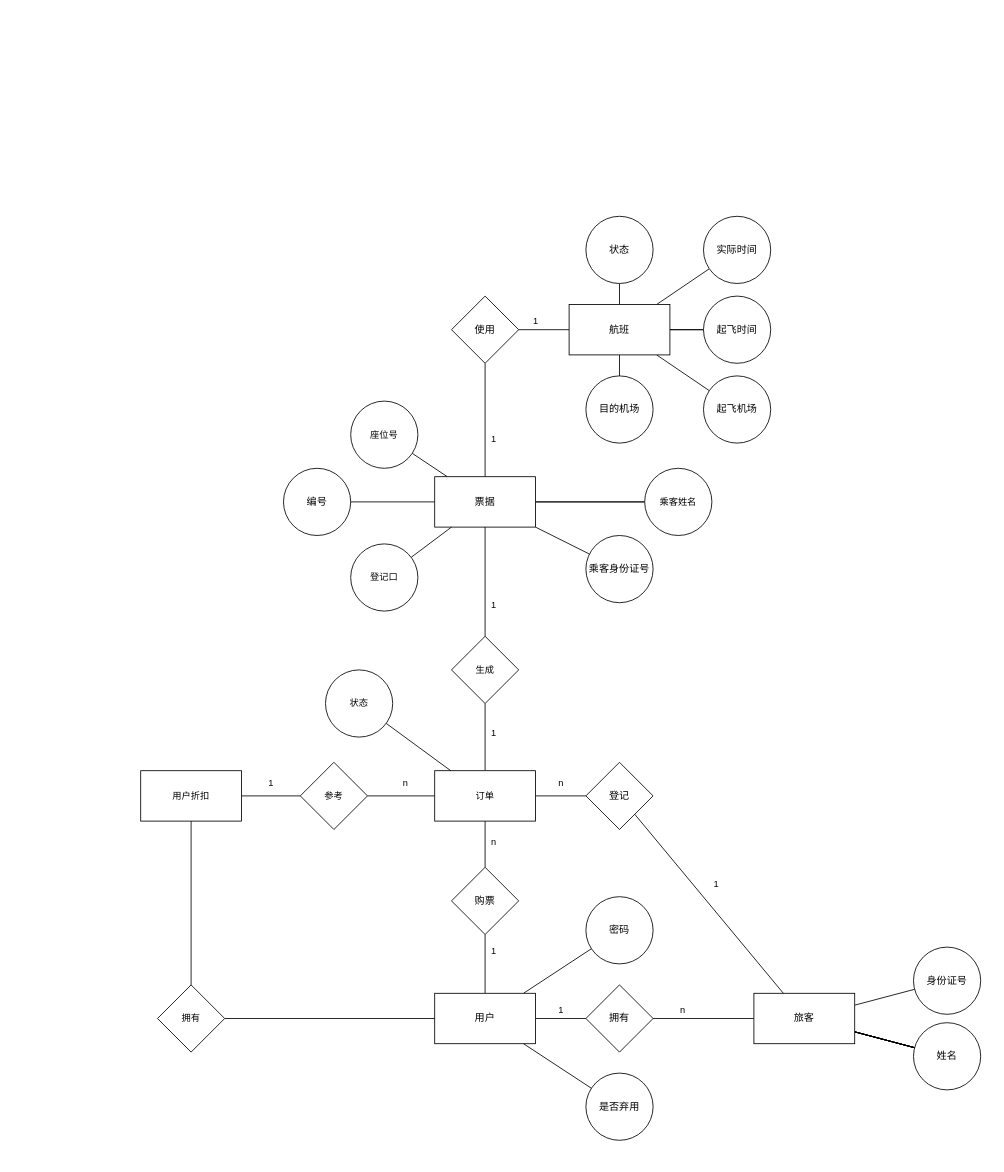
Before: 未命名绘图.drawio in tro-lee/miniCool, a draw.io diagram. Source tidied: cells renumbered, new cells numbered last; positions are measured from the earlier drawing's top-left corner, leaving out a move shared by most shapes. Both pictures are drawn from the tidied source at 84%, with x=0, y=0 at pixel (140, 216).
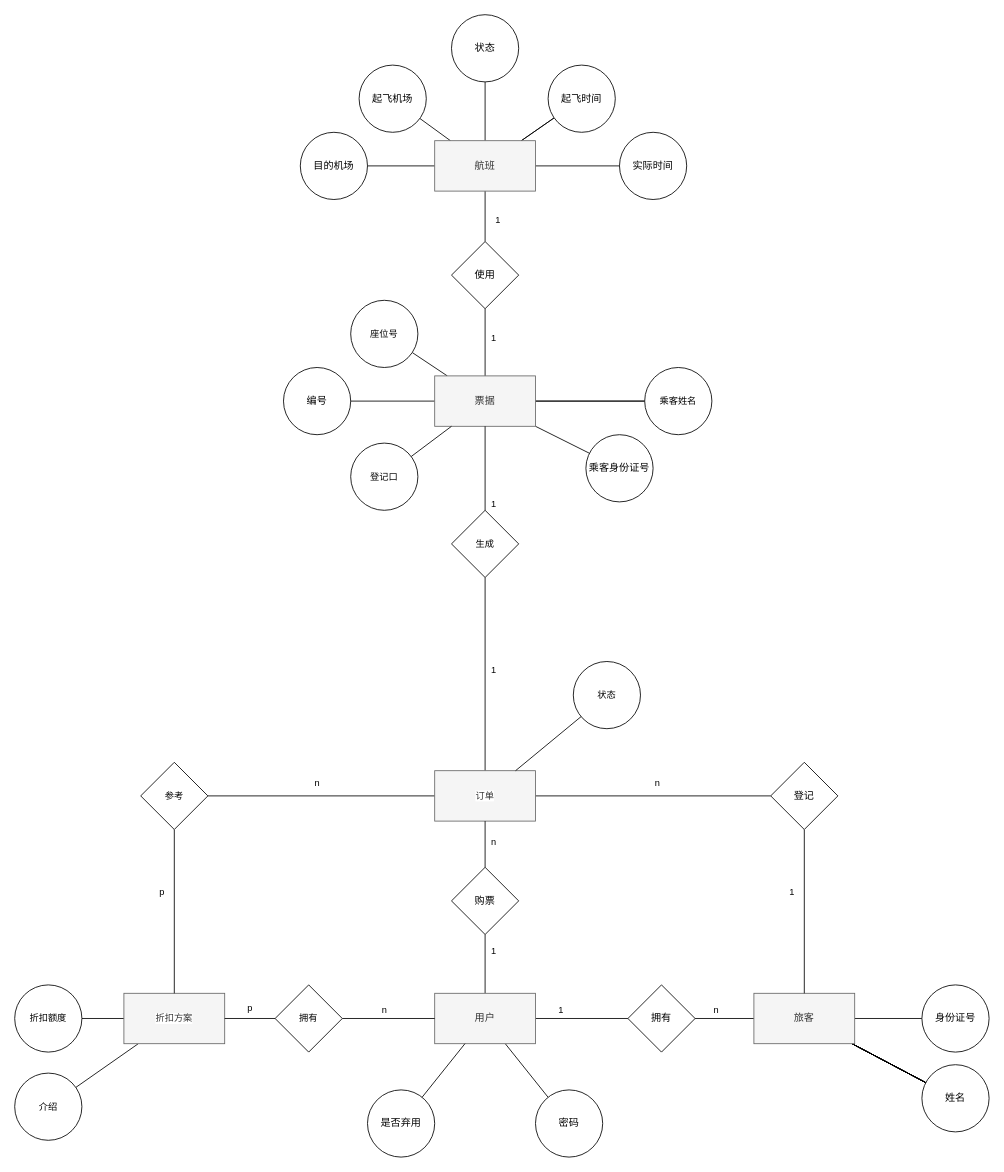
Above is the later version.

Commit message (it also covers changes not shown here):
更新未命名绘图.drawio

Change to the diagram source:
```diff
@@
-    <mxCell id="5" value="用户" style="whiteSpace=wrap;html=1;" parent="1" vertex="1">
+    <mxCell id="5" value="用户" style="whiteSpace=wrap;html=1;fillColor=#f5f5f5;fontColor=#333333;strokeColor=#666666;" parent="1" vertex="1">
       <mxGeometry x="350" y="925" width="120" height="60" as="geometry" />
     </mxCell>
     <mxCell id="6" value="密码" style="ellipse;whiteSpace=wrap;html=1;" parent="1" vertex="1">
-      <mxGeometry x="530" y="810" width="80" height="80" as="geometry" />
+      <mxGeometry x="470" y="1040" width="80" height="80" as="geometry" />
     </mxCell>
     <mxCell id="7" value="是否弃用" style="ellipse;whiteSpace=wrap;html=1;" parent="1" vertex="1">
-      <mxGeometry x="530" y="1020" width="80" height="80" as="geometry" />
+      <mxGeometry x="270" y="1040" width="80" height="80" as="geometry" />
     </mxCell>
@@
     <mxCell id="10" value="&lt;div&gt;拥有&lt;/div&gt;" style="rhombus;whiteSpace=wrap;html=1;" parent="1" vertex="1">
-      <mxGeometry x="530" y="915" width="80" height="80" as="geometry" />
+      <mxGeometry x="580" y="915" width="80" height="80" as="geometry" />
     </mxCell>
@@
-    <mxCell id="19" value="旅客" style="whiteSpace=wrap;html=1;" parent="1" vertex="1">
+    <mxCell id="19" value="旅客" style="whiteSpace=wrap;html=1;fillColor=#f5f5f5;fontColor=#333333;strokeColor=#666666;" parent="1" vertex="1">
       <mxGeometry x="730" y="925" width="120" height="60" as="geometry" />
     </mxCell>
@@
     <mxCell id="21" value="&lt;div&gt;n&lt;/div&gt;" style="text;html=1;align=center;verticalAlign=middle;strokeColor=none;fillColor=none;fontFamily=Helvetica;fontSize=11;fontColor=default;labelBackgroundColor=default;" parent="1" vertex="1">
-      <mxGeometry x="630" y="930" width="30" height="30" as="geometry" />
+      <mxGeometry x="670" y="930" width="30" height="30" as="geometry" />
     </mxCell>
     <mxCell id="22" value="身份证号" style="ellipse;whiteSpace=wrap;html=1;" parent="1" vertex="1">
-      <mxGeometry x="920" y="870" width="80" height="80" as="geometry" />
+      <mxGeometry x="930" y="915" width="80" height="80" as="geometry" />
     </mxCell>
     <mxCell id="23" value="姓名" style="ellipse;whiteSpace=wrap;html=1;" parent="1" vertex="1">
-      <mxGeometry x="920" y="960" width="80" height="80" as="geometry" />
+      <mxGeometry x="930" y="1010" width="80" height="80" as="geometry" />
     </mxCell>
@@
-    <mxCell id="31" value="票据" style="whiteSpace=wrap;html=1;" parent="1" vertex="1">
-      <mxGeometry x="350" y="310" width="120" height="60" as="geometry" />
+    <mxCell id="31" value="票据" style="whiteSpace=wrap;html=1;fillColor=#f5f5f5;fontColor=#333333;strokeColor=#666666;" parent="1" vertex="1">
+      <mxGeometry x="350" y="190" width="120" height="60" as="geometry" />
     </mxCell>
@@
     <mxCell id="33" value="使用" style="rhombus;whiteSpace=wrap;html=1;" parent="1" vertex="1">
-      <mxGeometry x="370" y="95" width="80" height="80" as="geometry" />
+      <mxGeometry x="370" y="30" width="80" height="80" as="geometry" />
     </mxCell>
@@
-    <mxCell id="40" value="航班" style="whiteSpace=wrap;html=1;" parent="1" vertex="1">
-      <mxGeometry x="510" y="105" width="120" height="60" as="geometry" />
+    <mxCell id="40" value="航班" style="whiteSpace=wrap;html=1;fillColor=#f5f5f5;fontColor=#333333;strokeColor=#666666;gradientColor=none;" parent="1" vertex="1">
+      <mxGeometry x="350" y="-90" width="120" height="60" as="geometry" />
     </mxCell>
     <mxCell id="41" value="起飞时间" style="ellipse;whiteSpace=wrap;html=1;" parent="1" vertex="1">
-      <mxGeometry x="670" y="95" width="80" height="80" as="geometry" />
+      <mxGeometry x="485" y="-180" width="80" height="80" as="geometry" />
     </mxCell>
     <mxCell id="42" value="起飞机场" style="ellipse;whiteSpace=wrap;html=1;" parent="1" vertex="1">
-      <mxGeometry x="670" y="190" width="80" height="80" as="geometry" />
+      <mxGeometry x="260" y="-180" width="80" height="80" as="geometry" />
     </mxCell>
     <mxCell id="43" value="目的机场" style="ellipse;whiteSpace=wrap;html=1;" parent="1" vertex="1">
-      <mxGeometry x="530" y="190" width="80" height="80" as="geometry" />
+      <mxGeometry x="190" y="-100" width="80" height="80" as="geometry" />
     </mxCell>
     <mxCell id="44" value="实际时间" style="ellipse;whiteSpace=wrap;html=1;" parent="1" vertex="1">
-      <mxGeometry x="670" width="80" height="80" as="geometry" />
+      <mxGeometry x="570" y="-100" width="80" height="80" as="geometry" />
     </mxCell>
     <mxCell id="45" value="1" style="text;html=1;align=center;verticalAlign=middle;strokeColor=none;fillColor=none;fontFamily=Helvetica;fontSize=11;fontColor=default;labelBackgroundColor=default;" parent="1" vertex="1">
-      <mxGeometry x="405" y="250" width="30" height="30" as="geometry" />
+      <mxGeometry x="405" y="130" width="30" height="30" as="geometry" />
     </mxCell>
     <mxCell id="46" value="1" style="text;html=1;align=center;verticalAlign=middle;strokeColor=none;fillColor=none;fontFamily=Helvetica;fontSize=11;fontColor=default;labelBackgroundColor=default;" parent="1" vertex="1">
-      <mxGeometry x="455" y="110" width="30" height="30" as="geometry" />
+      <mxGeometry x="410" y="-10" width="30" height="30" as="geometry" />
     </mxCell>
     <mxCell id="47" value="状态" style="ellipse;whiteSpace=wrap;html=1;" parent="1" vertex="1">
-      <mxGeometry x="530" width="80" height="80" as="geometry" />
+      <mxGeometry x="370" y="-240" width="80" height="80" as="geometry" />
     </mxCell>
+    <mxCell id="79" style="edgeStyle=none;rounded=0;jettySize=auto;html=1;strokeColor=default;align=center;verticalAlign=middle;fontFamily=Helvetica;fontSize=11;fontColor=default;labelBackgroundColor=default;endArrow=none;endFill=0;" parent="1" edge="1" source="48" target="81">
+      <mxGeometry relative="1" as="geometry" />
+    </mxCell>
+    <mxCell id="80" style="edgeStyle=none;rounded=0;jettySize=auto;html=1;strokeColor=default;align=center;verticalAlign=middle;fontFamily=Helvetica;fontSize=11;fontColor=default;labelBackgroundColor=default;endArrow=none;endFill=0;" parent="1" edge="1" source="48" target="84">
+      <mxGeometry relative="1" as="geometry" />
+    </mxCell>
-    <mxCell id="48" value="用户折扣" style="rounded=0;whiteSpace=wrap;html=1;fontFamily=Helvetica;fontSize=11;fontColor=default;labelBackgroundColor=default;" parent="1" vertex="1">
-      <mxGeometry y="660" width="120" height="60" as="geometry" />
+    <mxCell id="48" value="折扣方案" style="rounded=0;whiteSpace=wrap;html=1;fontFamily=Helvetica;fontSize=11;fontColor=#333333;labelBackgroundColor=default;fillColor=#f5f5f5;strokeColor=#666666;" parent="1" vertex="1">
+      <mxGeometry x="-20" y="925" width="120" height="60" as="geometry" />
     </mxCell>
@@
     <mxCell id="50" value="登记口" style="ellipse;whiteSpace=wrap;html=1;fontFamily=Helvetica;fontSize=11;fontColor=default;labelBackgroundColor=default;" parent="1" vertex="1">
-      <mxGeometry x="250" y="390" width="80" height="80" as="geometry" />
+      <mxGeometry x="250" y="270" width="80" height="80" as="geometry" />
     </mxCell>
@@
     <mxCell id="52" value="参考" style="rhombus;whiteSpace=wrap;html=1;fontSize=11;rounded=0;labelBackgroundColor=default;" parent="1" vertex="1">
-      <mxGeometry x="190" y="650" width="80" height="80" as="geometry" />
+      <mxGeometry y="650" width="80" height="80" as="geometry" />
     </mxCell>
     <mxCell id="53" value="编号" style="ellipse;whiteSpace=wrap;html=1;" parent="1" vertex="1">
-      <mxGeometry x="170" y="300" width="80" height="80" as="geometry" />
+      <mxGeometry x="170" y="180" width="80" height="80" as="geometry" />
     </mxCell>
     <mxCell id="54" value="座位号" style="ellipse;whiteSpace=wrap;html=1;fontFamily=Helvetica;fontSize=11;fontColor=default;labelBackgroundColor=default;" parent="1" vertex="1">
-      <mxGeometry x="250" y="220" width="80" height="80" as="geometry" />
+      <mxGeometry x="250" y="100" width="80" height="80" as="geometry" />
     </mxCell>
     <mxCell id="55" value="乘客姓名" style="ellipse;whiteSpace=wrap;html=1;fontFamily=Helvetica;fontSize=11;fontColor=default;labelBackgroundColor=default;" parent="1" vertex="1">
-      <mxGeometry x="600" y="300" width="80" height="80" as="geometry" />
+      <mxGeometry x="600" y="180" width="80" height="80" as="geometry" />
     </mxCell>
@@
     <mxCell id="57" value="登记" style="rhombus;whiteSpace=wrap;html=1;" parent="1" vertex="1">
-      <mxGeometry x="530" y="650" width="80" height="80" as="geometry" />
+      <mxGeometry x="750" y="650" width="80" height="80" as="geometry" />
     </mxCell>
     <mxCell id="58" value="乘客身份证号" style="ellipse;whiteSpace=wrap;html=1;" parent="1" vertex="1">
-      <mxGeometry x="530" y="380" width="80" height="80" as="geometry" />
+      <mxGeometry x="530" y="260" width="80" height="80" as="geometry" />
     </mxCell>
@@
-    <mxCell id="61" value="订单" style="rounded=0;whiteSpace=wrap;html=1;fontFamily=Helvetica;fontSize=11;fontColor=default;labelBackgroundColor=default;" parent="1" vertex="1">
+    <mxCell id="61" value="订单" style="rounded=0;whiteSpace=wrap;html=1;fontFamily=Helvetica;fontSize=11;fontColor=#333333;labelBackgroundColor=default;fillColor=#f5f5f5;strokeColor=#666666;" parent="1" vertex="1">
       <mxGeometry x="350" y="660" width="120" height="60" as="geometry" />
     </mxCell>
@@
     <mxCell id="64" value="n" style="text;html=1;align=center;verticalAlign=middle;strokeColor=none;fillColor=none;fontFamily=Helvetica;fontSize=11;fontColor=default;labelBackgroundColor=default;" parent="1" vertex="1">
-      <mxGeometry x="485" y="660" width="30" height="30" as="geometry" />
+      <mxGeometry x="600" y="660" width="30" height="30" as="geometry" />
     </mxCell>
     <mxCell id="65" value="1" style="text;html=1;align=center;verticalAlign=middle;strokeColor=none;fillColor=none;fontFamily=Helvetica;fontSize=11;fontColor=default;labelBackgroundColor=default;" parent="1" vertex="1">
-      <mxGeometry x="670" y="780" width="30" height="30" as="geometry" />
+      <mxGeometry x="760" y="790" width="30" height="30" as="geometry" />
     </mxCell>
@@
     <mxCell id="67" value="生成" style="rhombus;whiteSpace=wrap;html=1;fontSize=11;rounded=0;labelBackgroundColor=default;" parent="1" vertex="1">
-      <mxGeometry x="370" y="500" width="80" height="80" as="geometry" />
+      <mxGeometry x="370" y="350" width="80" height="80" as="geometry" />
     </mxCell>
     <mxCell id="68" value="1" style="text;html=1;align=center;verticalAlign=middle;strokeColor=none;fillColor=none;fontFamily=Helvetica;fontSize=11;fontColor=default;labelBackgroundColor=default;" parent="1" vertex="1">
-      <mxGeometry x="405" y="600" width="30" height="30" as="geometry" />
+      <mxGeometry x="405" y="525" width="30" height="30" as="geometry" />
     </mxCell>
     <mxCell id="69" value="1" style="text;html=1;align=center;verticalAlign=middle;strokeColor=none;fillColor=none;fontFamily=Helvetica;fontSize=11;fontColor=default;labelBackgroundColor=default;" parent="1" vertex="1">
-      <mxGeometry x="405" y="448" width="30" height="30" as="geometry" />
+      <mxGeometry x="405" y="328" width="30" height="30" as="geometry" />
     </mxCell>
@@
     <mxCell id="71" value="状态" style="ellipse;whiteSpace=wrap;html=1;fontFamily=Helvetica;fontSize=11;fontColor=default;labelBackgroundColor=default;" parent="1" vertex="1">
-      <mxGeometry x="220" y="540" width="80" height="80" as="geometry" />
+      <mxGeometry x="515" y="530" width="80" height="80" as="geometry" />
     </mxCell>
     <mxCell id="72" value="n" style="text;html=1;align=center;verticalAlign=middle;strokeColor=none;fillColor=none;fontFamily=Helvetica;fontSize=11;fontColor=default;labelBackgroundColor=default;" parent="1" vertex="1">
-      <mxGeometry x="300" y="660" width="30" height="30" as="geometry" />
+      <mxGeometry x="195" y="660" width="30" height="30" as="geometry" />
     </mxCell>
-    <mxCell id="73" value="1" style="text;html=1;align=center;verticalAlign=middle;strokeColor=none;fillColor=none;fontFamily=Helvetica;fontSize=11;fontColor=default;labelBackgroundColor=default;" parent="1" vertex="1">
-      <mxGeometry x="140" y="660" width="30" height="30" as="geometry" />
-    </mxCell>
@@
     <mxCell id="78" value="拥有" style="rhombus;whiteSpace=wrap;html=1;fontSize=11;rounded=0;labelBackgroundColor=default;" parent="1" vertex="1">
-      <mxGeometry x="20" y="915" width="80" height="80" as="geometry" />
+      <mxGeometry x="160" y="915" width="80" height="80" as="geometry" />
     </mxCell>
+    <mxCell id="81" value="折扣额度" style="ellipse;whiteSpace=wrap;html=1;fontSize=11;rounded=0;labelBackgroundColor=default;" parent="1" vertex="1">
+      <mxGeometry x="-150" y="915" width="80" height="80" as="geometry" />
+    </mxCell>
+    <mxCell id="82" value="n" style="text;html=1;align=center;verticalAlign=middle;strokeColor=none;fillColor=none;fontFamily=Helvetica;fontSize=11;fontColor=default;labelBackgroundColor=default;" parent="1" vertex="1">
+      <mxGeometry x="275" y="930" width="30" height="30" as="geometry" />
+    </mxCell>
+    <mxCell id="83" value="p" style="text;html=1;align=center;verticalAlign=middle;strokeColor=none;fillColor=none;fontFamily=Helvetica;fontSize=11;fontColor=default;labelBackgroundColor=default;" parent="1" vertex="1">
+      <mxGeometry x="10" y="790" width="30" height="30" as="geometry" />
+    </mxCell>
+    <mxCell id="84" value="介绍" style="ellipse;whiteSpace=wrap;html=1;fontSize=11;rounded=0;labelBackgroundColor=default;" parent="1" vertex="1">
+      <mxGeometry x="-150" y="1020" width="80" height="80" as="geometry" />
+    </mxCell>
+    <mxCell id="85" value="p" style="text;html=1;align=center;verticalAlign=middle;strokeColor=none;fillColor=none;fontFamily=Helvetica;fontSize=11;fontColor=default;labelBackgroundColor=default;" parent="1" vertex="1">
+      <mxGeometry x="115" y="928" width="30" height="30" as="geometry" />
+    </mxCell>
```
